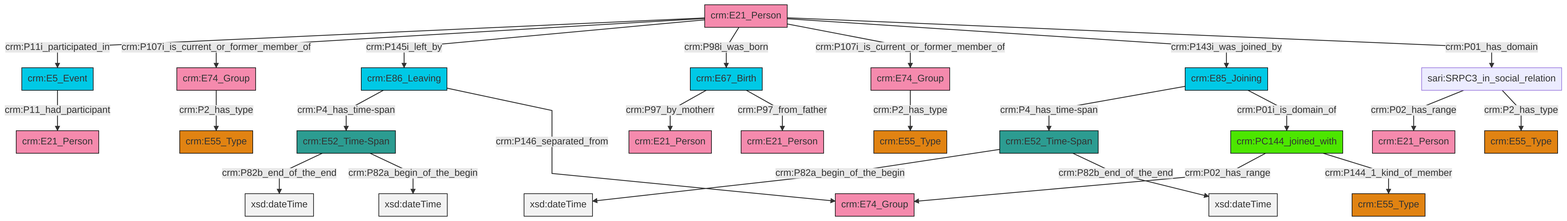
The Mermaid diagram et/personCSV/ttl/mmd/png/Person_Actor_Relations.png in swiss-art-research-net/reference-data-models, before a commit. Its source is kept beside it as et/personCSV/ttl/mmd/Person_Actor_Relations.ttl.mmd.
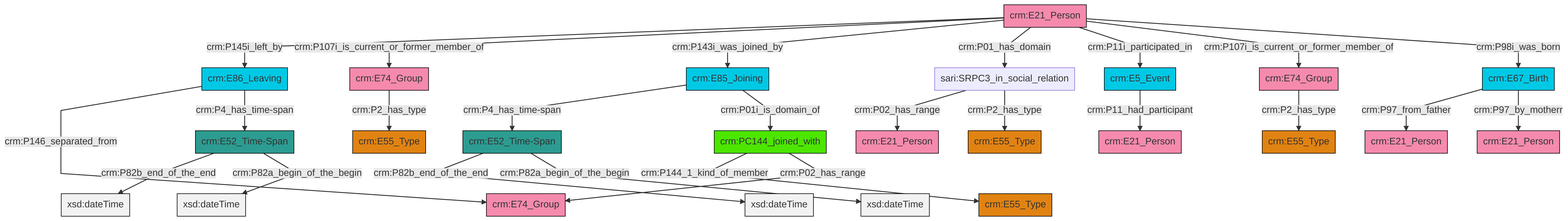
After the commit.

Diff of the diagram source:
```diff
@@ -13,27 +13,27 @@
 classDef PC_Classes fill:#4ce600, stroke:#000000;
 classDef Multi fill:#cccccc,stroke:#000000;
 
-0["crm:E21_Person"]:::Actor -->|crm:P11i_participated_in| 1["crm:E5_Event"]:::Temporal_Entity
-4["crm:E52_Time-Span"]:::Time-Span -->|crm:P82a_begin_of_the_begin| 5[xsd:dateTime]:::Literal
-8["crm:E86_Leaving"]:::Temporal_Entity -->|crm:P4_has_time-span| 9["crm:E52_Time-Span"]:::Time-Span
-0["crm:E21_Person"]:::Actor -->|crm:P107i_is_current_or_former_member_of| 11["crm:E74_Group"]:::Actor
-2["sari:SRPC3_in_social_relation"]:::Default -->|crm:P02_has_range| 18["crm:E21_Person"]:::Actor
-4["crm:E52_Time-Span"]:::Time-Span -->|crm:P82b_end_of_the_end| 21[xsd:dateTime]:::Literal
-8["crm:E86_Leaving"]:::Temporal_Entity -->|crm:P146_separated_from| 22["crm:E74_Group"]:::Actor
-19["crm:PC144_joined_with"]:::PC_Classes -->|crm:P02_has_range| 22["crm:E74_Group"]:::Actor
-0["crm:E21_Person"]:::Actor -->|crm:P145i_left_by| 8["crm:E86_Leaving"]:::Temporal_Entity
-0["crm:E21_Person"]:::Actor -->|crm:P98i_was_born| 24["crm:E67_Birth"]:::Temporal_Entity
-11["crm:E74_Group"]:::Actor -->|crm:P2_has_type| 29["crm:E55_Type"]:::Type
-24["crm:E67_Birth"]:::Temporal_Entity -->|crm:P97_by_motherr| 16["crm:E21_Person"]:::Actor
-25["crm:E85_Joining"]:::Temporal_Entity -->|crm:P4_has_time-span| 4["crm:E52_Time-Span"]:::Time-Span
-19["crm:PC144_joined_with"]:::PC_Classes -->|crm:P144_1_kind_of_member| 14["crm:E55_Type"]:::Type
-24["crm:E67_Birth"]:::Temporal_Entity -->|crm:P97_from_father| 34["crm:E21_Person"]:::Actor
-38["crm:E74_Group"]:::Actor -->|crm:P2_has_type| 31["crm:E55_Type"]:::Type
-1["crm:E5_Event"]:::Temporal_Entity -->|crm:P11_had_participant| 12["crm:E21_Person"]:::Actor
-0["crm:E21_Person"]:::Actor -->|crm:P107i_is_current_or_former_member_of| 38["crm:E74_Group"]:::Actor
-0["crm:E21_Person"]:::Actor -->|crm:P143i_was_joined_by| 25["crm:E85_Joining"]:::Temporal_Entity
-2["sari:SRPC3_in_social_relation"]:::Default -->|crm:P2_has_type| 6["crm:E55_Type"]:::Type
-9["crm:E52_Time-Span"]:::Time-Span -->|crm:P82b_end_of_the_end| 45[xsd:dateTime]:::Literal
-0["crm:E21_Person"]:::Actor -->|crm:P01_has_domain| 2["sari:SRPC3_in_social_relation"]:::Default
-9["crm:E52_Time-Span"]:::Time-Span -->|crm:P82a_begin_of_the_begin| 46[xsd:dateTime]:::Literal
-25["crm:E85_Joining"]:::Temporal_Entity -->|crm:P01i_is_domain_of| 19["crm:PC144_joined_with"]:::PC_Classes
+0["crm:E21_Person"]:::Actor -->|crm:P145i_left_by| 2["crm:E86_Leaving"]:::Temporal_Entity
+5["crm:E5_Event"]:::Temporal_Entity -->|crm:P11_had_participant| 6["crm:E21_Person"]:::Actor
+7["sari:SRPC3_in_social_relation"]:::Default -->|crm:P02_has_range| 8["crm:E21_Person"]:::Actor
+2["crm:E86_Leaving"]:::Temporal_Entity -->|crm:P146_separated_from| 17["crm:E74_Group"]:::Actor
+0["crm:E21_Person"]:::Actor -->|crm:P107i_is_current_or_former_member_of| 20["crm:E74_Group"]:::Actor
+21["crm:PC144_joined_with"]:::PC_Classes -->|crm:P144_1_kind_of_member| 15["crm:E55_Type"]:::Type
+20["crm:E74_Group"]:::Actor -->|crm:P2_has_type| 9["crm:E55_Type"]:::Type
+27["crm:E52_Time-Span"]:::Time-Span -->|crm:P82b_end_of_the_end| 28[xsd:dateTime]:::Literal
+11["crm:E67_Birth"]:::Temporal_Entity -->|crm:P97_from_father| 3["crm:E21_Person"]:::Actor
+7["sari:SRPC3_in_social_relation"]:::Default -->|crm:P2_has_type| 13["crm:E55_Type"]:::Type
+0["crm:E21_Person"]:::Actor -->|crm:P143i_was_joined_by| 18["crm:E85_Joining"]:::Temporal_Entity
+21["crm:PC144_joined_with"]:::PC_Classes -->|crm:P02_has_range| 17["crm:E74_Group"]:::Actor
+11["crm:E67_Birth"]:::Temporal_Entity -->|crm:P97_by_motherr| 25["crm:E21_Person"]:::Actor
+33["crm:E52_Time-Span"]:::Time-Span -->|crm:P82b_end_of_the_end| 34[xsd:dateTime]:::Literal
+33["crm:E52_Time-Span"]:::Time-Span -->|crm:P82a_begin_of_the_begin| 36[xsd:dateTime]:::Literal
+0["crm:E21_Person"]:::Actor -->|crm:P01_has_domain| 7["sari:SRPC3_in_social_relation"]:::Default
+18["crm:E85_Joining"]:::Temporal_Entity -->|crm:P4_has_time-span| 27["crm:E52_Time-Span"]:::Time-Span
+0["crm:E21_Person"]:::Actor -->|crm:P11i_participated_in| 5["crm:E5_Event"]:::Temporal_Entity
+40["crm:E74_Group"]:::Actor -->|crm:P2_has_type| 29["crm:E55_Type"]:::Type
+2["crm:E86_Leaving"]:::Temporal_Entity -->|crm:P4_has_time-span| 33["crm:E52_Time-Span"]:::Time-Span
+18["crm:E85_Joining"]:::Temporal_Entity -->|crm:P01i_is_domain_of| 21["crm:PC144_joined_with"]:::PC_Classes
+27["crm:E52_Time-Span"]:::Time-Span -->|crm:P82a_begin_of_the_begin| 45[xsd:dateTime]:::Literal
+0["crm:E21_Person"]:::Actor -->|crm:P107i_is_current_or_former_member_of| 40["crm:E74_Group"]:::Actor
+0["crm:E21_Person"]:::Actor -->|crm:P98i_was_born| 11["crm:E67_Birth"]:::Temporal_Entity
```
